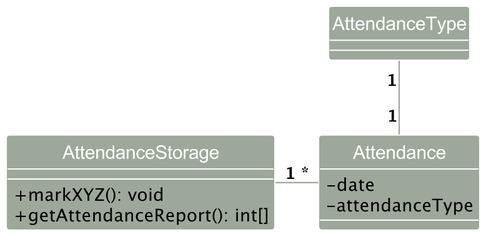
nus-cs2103-AY2324S1/tp keeps this PlantUML diagram as docs/images/AttendanceStorageClassDiagram.png. Above is the earlier version. Its source is kept beside it as docs/diagrams/AttendanceStorageClassDiagram.puml. Its diagram source:
```plantuml
@startuml
!include style.puml
hide circle
skinparam classAttributeIconSize 0
skinparam arrowThickness 1.1
skinparam arrowColor PERSON_COLOR
skinparam classBackgroundColor PERSON_COLOR
show method
show attribute

Class "Attendance" as Attendance
Class AttendanceStorage {
    +markXYZ(): void
    +getAttendanceReport(): int[]
}


Class Attendance {
    - date
    - attendanceType

}

Attendance "*" --left-- "1" AttendanceStorage
AttendanceType "1" -down- "1" Attendance

@enduml
```
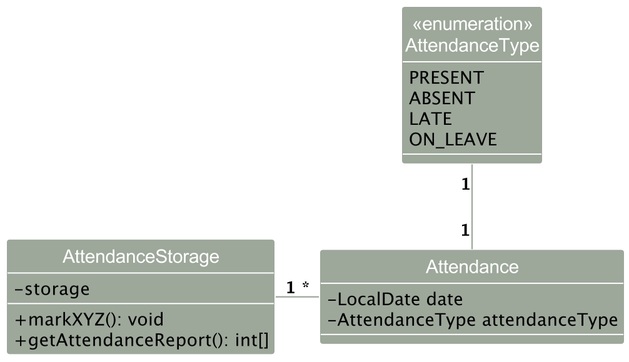
After the commit.

Commit message:
Add attendance diagrams for DG

What changed in the source:
```diff
@@ -9,17 +9,28 @@
 show attribute
 
 Class "Attendance" as Attendance
+Class "<<enumeration>>\nAttendanceType" as AttendanceType
+
 Class AttendanceStorage {
+    -storage
     +markXYZ(): void
     +getAttendanceReport(): int[]
 }
 
 
 Class Attendance {
-    - date
-    - attendanceType
+    - LocalDate date
+    - AttendanceType attendanceType
+}
 
+Class AttendanceType {
+    PRESENT
+    ABSENT
+    LATE
+    ON_LEAVE
 }
+
+
 
 Attendance "*" --left-- "1" AttendanceStorage
 AttendanceType "1" -down- "1" Attendance
```
